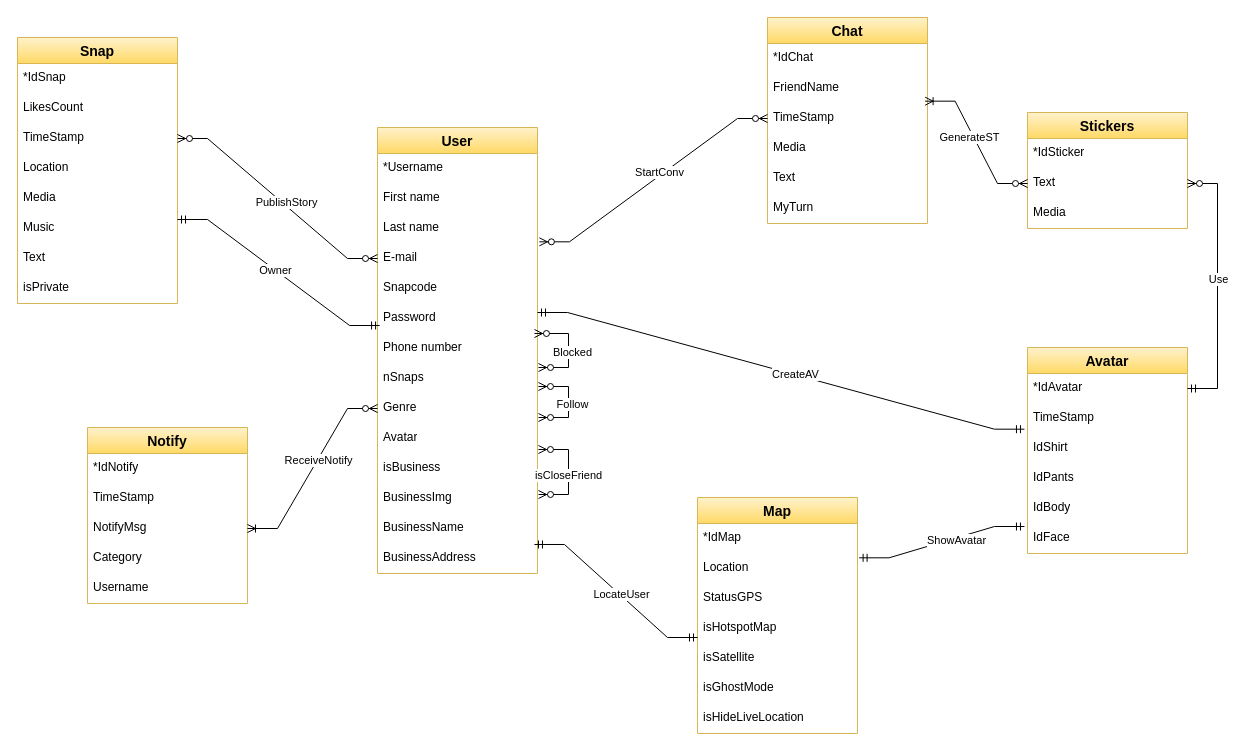
The draw.io diagram nuovo-schema-ER.drawio in Antonet99/noSQL-Snapchat, before the edit. Source tidied: cells renumbered, new cells numbered last; positions are measured from the earlier drawing's top-left corner, leaving out a move shared by most shapes. Both pictures are drawn from the tidied source at 100%, with x=0, y=0 at pixel (17, 17).
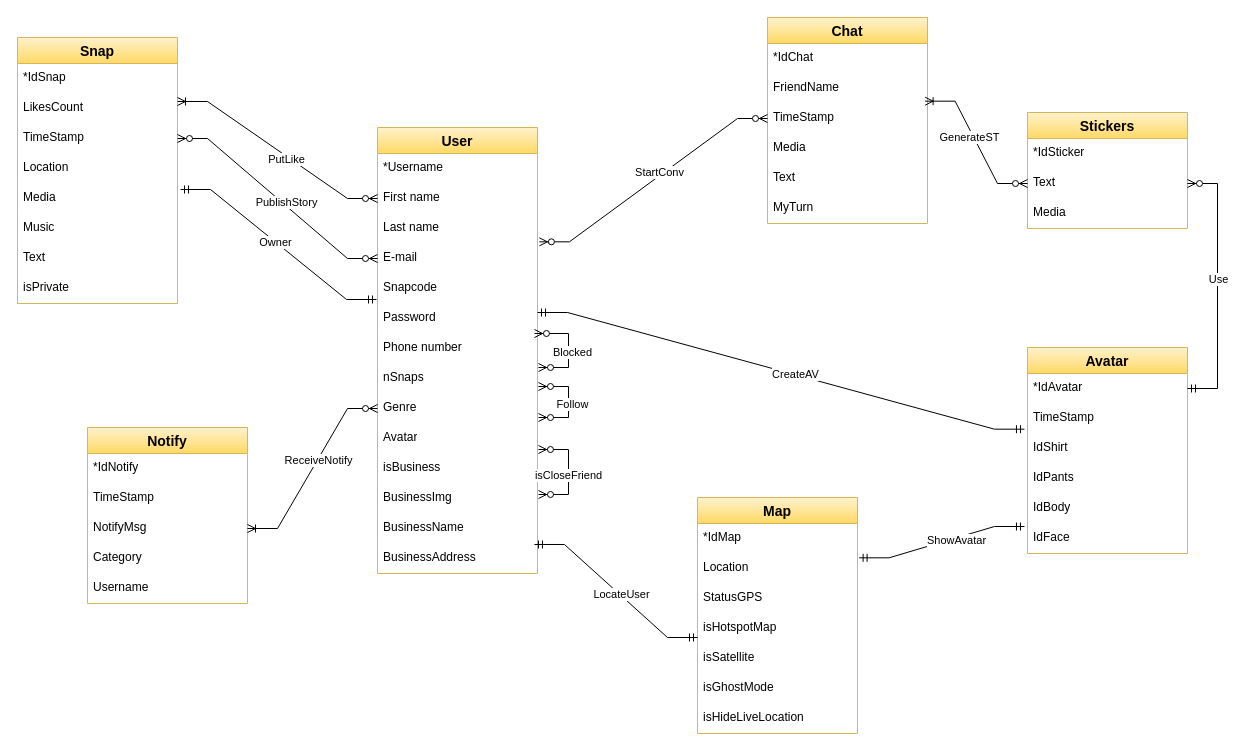
Above is the later version.

Unchanged cells that the change refers to:
```xml
<mxCell id="4" value="First name" style="text;strokeColor=none;fillColor=none;spacingLeft=4;spacingRight=4;overflow=hidden;points=[[0,0.5],[1,0.5]];portConstraint=eastwest;fontSize=12;whiteSpace=wrap;html=1;" parent="2" vertex="1">
  <mxGeometry y="56" width="160" height="30" as="geometry" />
</mxCell>
<mxCell id="7" value="Snapcode" style="text;strokeColor=none;fillColor=none;spacingLeft=4;spacingRight=4;overflow=hidden;points=[[0,0.5],[1,0.5]];portConstraint=eastwest;fontSize=12;whiteSpace=wrap;html=1;" parent="2" vertex="1">
  <mxGeometry y="146" width="160" height="30" as="geometry" />
</mxCell>
<mxCell id="8" value="Password" style="text;strokeColor=none;fillColor=none;spacingLeft=4;spacingRight=4;overflow=hidden;points=[[0,0.5],[1,0.5]];portConstraint=eastwest;fontSize=12;whiteSpace=wrap;html=1;" parent="2" vertex="1">
  <mxGeometry y="176" width="160" height="30" as="geometry" />
</mxCell>
<mxCell id="34" value="LikesCount" style="text;strokeColor=none;fillColor=none;spacingLeft=4;spacingRight=4;overflow=hidden;points=[[0,0.5],[1,0.5]];portConstraint=eastwest;fontSize=12;whiteSpace=wrap;html=1;" parent="32" vertex="1">
  <mxGeometry y="56" width="160" height="30" as="geometry" />
</mxCell>
<mxCell id="37" value="Media" style="text;strokeColor=none;fillColor=none;spacingLeft=4;spacingRight=4;overflow=hidden;points=[[0,0.5],[1,0.5]];portConstraint=eastwest;fontSize=12;whiteSpace=wrap;html=1;" parent="32" vertex="1">
  <mxGeometry y="146" width="160" height="30" as="geometry" />
</mxCell>
<mxCell id="38" value="Music" style="text;strokeColor=none;fillColor=none;spacingLeft=4;spacingRight=4;overflow=hidden;points=[[0,0.5],[1,0.5]];portConstraint=eastwest;fontSize=12;whiteSpace=wrap;html=1;" parent="32" vertex="1">
  <mxGeometry y="176" width="160" height="30" as="geometry" />
</mxCell>
```

Change to the diagram source:
```diff
@@
-    <mxCell id="78" style="edgeStyle=entityRelationEdgeStyle;fontSize=12;html=1;endArrow=ERmandOne;startArrow=ERmandOne;rounded=0;exitX=0.013;exitY=0.733;exitDx=0;exitDy=0;exitPerimeter=0;entryX=1;entryY=0.2;entryDx=0;entryDy=0;entryPerimeter=0;" parent="1" edge="1" source="8" target="38">
+    <mxCell id="78" style="edgeStyle=entityRelationEdgeStyle;fontSize=12;html=1;endArrow=ERmandOne;startArrow=ERmandOne;rounded=0;exitX=-0.006;exitY=0.867;exitDx=0;exitDy=0;exitPerimeter=0;entryX=1.019;entryY=0.2;entryDx=0;entryDy=0;entryPerimeter=0;" parent="1" edge="1" source="7" target="37">
       <mxGeometry relative="1" as="geometry" />
     </mxCell>
@@
+    <mxCell id="82" style="edgeStyle=entityRelationEdgeStyle;fontSize=12;html=1;endArrow=ERoneToMany;startArrow=ERzeroToMany;rounded=0;entryX=1;entryY=0.267;entryDx=0;entryDy=0;exitX=0;exitY=0.5;exitDx=0;exitDy=0;entryPerimeter=0;" parent="1" edge="1" source="4" target="34">
+      <mxGeometry relative="1" as="geometry" />
+    </mxCell>
+    <mxCell id="83" value="PutLike" style="edgeLabel;html=1;align=center;verticalAlign=middle;" parent="82" vertex="1">
+      <mxGeometry x="-0.11" y="2" relative="1" as="geometry">
+        <mxPoint x="-1" as="offset" />
+      </mxGeometry>
+    </mxCell>
```
